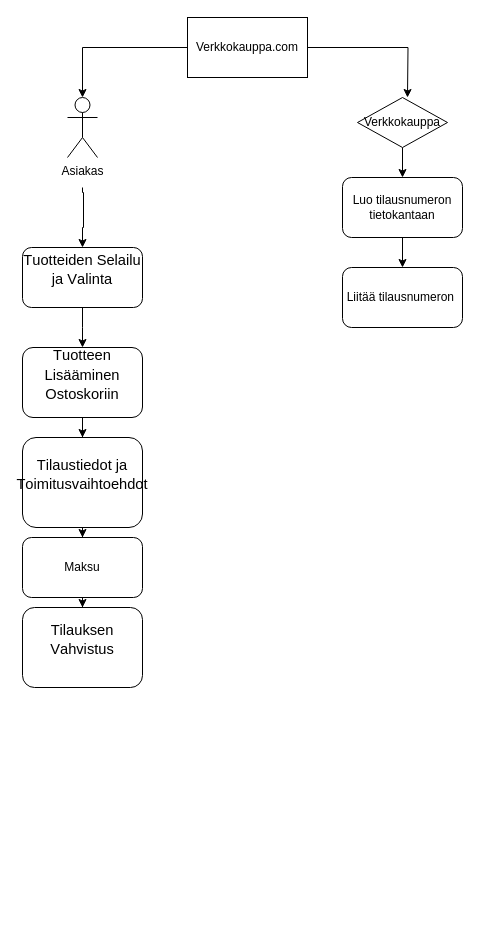
Above: Nimetön kaavio.drawio in jry2014/Kotkantien-maalaus (draw.io), before the change. Source tidied: cells renumbered, new cells numbered last; positions are measured from the earlier drawing's top-left corner, leaving out a move shared by most shapes. Both pictures are drawn from the tidied source at 100%, with x=0, y=0 at pixel (22, 17).
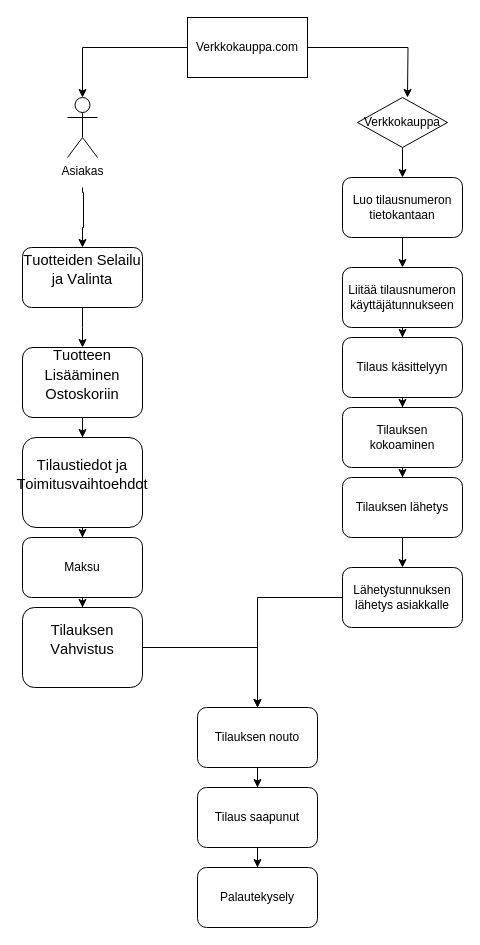
The same page after the edit.

The change refers to these unchanged cells:
```xml
<mxCell id="18" value="&#10;&lt;span style=&quot;accent-color: auto; place-content: normal; place-items: normal; place-self: auto; alignment-baseline: auto; animation: 0s ease 0s 1 normal none running none; animation-composition: replace; app-region: none; appearance: none; aspect-ratio: auto; backdrop-filter: none; backface-visibility: visible; background: none 0% 0% / auto repeat scroll padding-box border-box rgba(0, 0, 0, 0); background-blend-mode: normal; baseline-shift: 0px; baseline-source: auto; border-image: none 100% / 1 / 0 stretch; border-color: rgb(0, 0, 0); border-collapse: separate; border-end-end-radius: 0px; border-end-start-radius: 0px; border-width: 0px; border-style: none; border-spacing: 0px; border-start-end-radius: 0px; border-start-start-radius: 0px; border-radius: 0px; inset: auto; box-shadow: none; box-sizing: content-box; break-after: auto; break-before: auto; break-inside: auto; buffered-rendering: auto; caption-side: top; caret-color: rgb(0, 0, 0); clear: none; clip: auto; clip-path: none; clip-rule: nonzero; color: rgb(0, 0, 0); color-interpolation: srgb; color-interpolation-filters: linearrgb; color-rendering: auto; color-scheme: normal; columns: auto; column-fill: balance; gap: normal; column-rule: 0px rgb(0, 0, 0); column-span: none; contain: none; contain-intrinsic-block-size: none; contain-intrinsic-size: none; contain-intrinsic-inline-size: none; container: none; content: normal; content-visibility: visible; counter-increment: none; counter-reset: none; counter-set: none; cursor: text; cx: 0px; cy: 0px; d: none; direction: ltr; display: inline; dominant-baseline: auto; empty-cells: show; fill: rgb(0, 0, 0); fill-opacity: 1; fill-rule: nonzero; filter: none; flex: 0 1 auto; flex-flow: row; float: none; flood-color: rgb(0, 0, 0); flood-opacity: 1; font-family: WordVisi_MSFontService, Calibri, Calibri_EmbeddedFont, Calibri_MSFontService, sans-serif; font-feature-settings: normal; font-kerning: none; font-optical-sizing: auto; font-palette: normal; font-size: 14.6667px; font-stretch: 100%; font-style: normal; font-synthesis: weight style small-caps; font-variant: no-common-ligatures no-discretionary-ligatures no-historical-ligatures no-contextual; font-variation-settings: normal; font-weight: 400; forced-color-adjust: auto; grid-area: auto / auto / auto / auto; grid: auto-flow auto / none; height: auto; hyphenate-character: auto; hyphenate-limit-chars: auto; hyphens: manual; image-orientation: from-image; image-rendering: auto; initial-letter: normal; inline-size: auto; inset-block: auto; inset-inline: auto; isolation: auto; letter-spacing: normal; lighting-color: rgb(255, 255, 255); line-break: auto; line-height: 19.425px; list-style: outside none disc; margin: 0px; marker: none; mask: none; mask-type: luminance; math-depth: 0; math-shift: normal; math-style: normal; max-height: none; max-width: none; min-height: 0px; min-width: 0px; mix-blend-mode: normal; object-fit: fill; object-position: 50% 50%; object-view-box: none; offset: none 0px auto 0deg; opacity: 1; order: 0; orphans: 2; outline: rgb(0, 0, 0) none 0px; outline-offset: 0px; overflow: visible; overflow-anchor: auto; overflow-clip-margin: 0px; overflow-wrap: break-word; overscroll-behavior-block: auto; overscroll-behavior-inline: auto; overscroll-behavior: auto; padding: 0px; page: auto; paint-order: normal; perspective: none; perspective-origin: 0px 0px; pointer-events: auto; position: static; quotes: auto; r: 0px; resize: none; rotate: none; ruby-position: over; rx: auto; ry: auto; scale: none; scroll-behavior: auto; scroll-margin-block: 0px; scroll-margin: 0px; scroll-margin-inline: 0px; scroll-padding-block: auto; scroll-padding: auto; scroll-padding-inline: auto; scroll-snap-align: none; scroll-snap-stop: normal; scroll-snap-type: none; scroll-timeline: none; scrollbar-gutter: auto; shape-image-threshold: 0; shape-margin: 0px; shape-outside: none; shape-rendering: auto; speak: normal; stop-color: rgb(0, 0, 0); stop-opacity: 1; stroke: none; stroke-dasharray: none; stroke-dashoffset: 0px; stroke-linecap: butt; stroke-linejoin: miter; stroke-miterlimit: 4; stroke-opacity: 1; stroke-width: 1px; tab-size: 8; table-layout: auto; text-align: left; text-align-last: auto; text-anchor: start; text-combine-upright: none; text-decoration: none solid rgb(0, 0, 0); text-decoration-skip-ink: auto; text-emphasis: none rgb(0, 0, 0); text-emphasis-position: over; text-indent: 0px; text-orientation: mixed; text-overflow: clip; text-rendering: auto; text-shadow: none; text-size-adjust: auto; text-transform: none; text-underline-offset: auto; text-underline-position: auto; touch-action: auto; transform: none; transform-box: view-box; transform-origin: 0px 0px; transform-style: flat; transition: all 0s ease 0s; translate: none; unicode-bidi: normal; user-select: text; vector-effect: none; vertical-align: baseline; view-timeline: none; view-timeline-inset: 0px; view-transition-name: none; visibility: visible; border-block-end: 0px none rgb(0, 0, 0); border-block-start: 0px none rgb(0, 0, 0); border-inline-end: 0px none rgb(0, 0, 0); -webkit-border-image: none; border-inline-start: 0px none rgb(0, 0, 0); -webkit-box-align: stretch; -webkit-box-decoration-break: slice; -webkit-box-direction: normal; -webkit-box-flex: 0; -webkit-box-ordinal-group: 1; -webkit-box-orient: horizontal; -webkit-box-pack: start; -webkit-font-smoothing: auto; -webkit-highlight: none; -webkit-line-break: auto; -webkit-locale: &amp;quot;fi-FI&amp;quot;; block-size: auto; margin-block: 0px; margin-inline: 0px; -webkit-mask-box-image-source: none; -webkit-mask-box-image-slice: 0 fill; -webkit-mask-box-image-width: auto; -webkit-mask-box-image-outset: 0; -webkit-mask-box-image-repeat: stretch; -webkit-mask: none 0% 0% / auto repeat border-box border-box; -webkit-mask-composite: source-over; max-block-size: none; max-inline-size: none; min-block-size: 0px; min-inline-size: 0px; padding-block: 0px; padding-inline: 0px; -webkit-print-color-adjust: economy; -webkit-rtl-ordering: logical; -webkit-ruby-position: before; -webkit-tap-highlight-color: rgba(0, 0, 0, 0); -webkit-text-combine: none; -webkit-text-decorations-in-effect: none; -webkit-text-fill-color: rgb(0, 0, 0); -webkit-text-orientation: vertical-right; -webkit-text-security: none; -webkit-text-stroke: 0px rgb(0, 0, 0); -webkit-user-drag: none; -webkit-user-modify: read-only; -webkit-writing-mode: horizontal-tb; widows: 2; width: auto; will-change: auto; word-break: normal; word-spacing: 0px; writing-mode: horizontal-tb; x: 0px; y: 0px; z-index: auto; zoom: 1;&quot; class=&quot;TextRun SCXW154461629 BCX0&quot; lang=&quot;FI-FI&quot; data-contrast=&quot;auto&quot;&gt;&lt;span class=&quot;NormalTextRun SCXW154461629 BCX0&quot;&gt;Tilauksen Vahvistus&lt;/span&gt;&lt;/span&gt;&#10;&#10;" style="rounded=1;whiteSpace=wrap;html=1;" parent="1" vertex="1">
  <mxGeometry y="590" width="120" height="80" as="geometry" />
</mxCell>
```

Diff of the diagram source:
```diff
@@
+    <mxCell id="22" style="edgeStyle=orthogonalEdgeStyle;rounded=0;jettySize=auto;html=1;" parent="1" edge="1" source="18" target="33">
+      <mxGeometry relative="1" as="geometry" />
+    </mxCell>
@@
+    <mxCell id="23" style="edgeStyle=orthogonalEdgeStyle;rounded=0;jettySize=auto;html=1;" parent="1" edge="1" source="21" target="25">
+      <mxGeometry relative="1" as="geometry" />
+    </mxCell>
-    <mxCell id="21" value="Liitää tilausnumeron&amp;nbsp;" style="rounded=1;whiteSpace=wrap;html=1;" parent="1" vertex="1">
+    <mxCell id="21" value="Liitää tilausnumeron käyttäjätunnukseen" style="rounded=1;whiteSpace=wrap;html=1;" parent="1" vertex="1">
       <mxGeometry x="320" y="250" width="120" height="60" as="geometry" />
     </mxCell>
+    <mxCell id="24" style="edgeStyle=orthogonalEdgeStyle;rounded=0;jettySize=auto;html=1;" parent="1" edge="1" source="25" target="27">
+      <mxGeometry relative="1" as="geometry" />
+    </mxCell>
+    <mxCell id="25" value="Tilaus käsittelyyn" style="rounded=1;whiteSpace=wrap;html=1;" parent="1" vertex="1">
+      <mxGeometry x="320" y="320" width="120" height="60" as="geometry" />
+    </mxCell>
+    <mxCell id="26" style="edgeStyle=orthogonalEdgeStyle;rounded=0;jettySize=auto;html=1;" parent="1" edge="1" source="27" target="29">
+      <mxGeometry relative="1" as="geometry" />
+    </mxCell>
+    <mxCell id="27" value="Tilauksen kokoaminen" style="rounded=1;whiteSpace=wrap;html=1;" parent="1" vertex="1">
+      <mxGeometry x="320" y="390" width="120" height="60" as="geometry" />
+    </mxCell>
+    <mxCell id="28" style="edgeStyle=orthogonalEdgeStyle;rounded=0;jettySize=auto;html=1;" parent="1" edge="1" source="29" target="31">
+      <mxGeometry relative="1" as="geometry" />
+    </mxCell>
+    <mxCell id="29" value="Tilauksen lähetys" style="rounded=1;whiteSpace=wrap;html=1;" parent="1" vertex="1">
+      <mxGeometry x="320" y="460" width="120" height="60" as="geometry" />
+    </mxCell>
+    <mxCell id="30" style="edgeStyle=orthogonalEdgeStyle;rounded=0;jettySize=auto;html=1;entryX=0.5;entryY=0;entryDx=0;entryDy=0;" parent="1" edge="1" source="31" target="33">
+      <mxGeometry relative="1" as="geometry" />
+    </mxCell>
+    <mxCell id="31" value="Lähetystunnuksen lähetys asiakkalle" style="rounded=1;whiteSpace=wrap;html=1;" parent="1" vertex="1">
+      <mxGeometry x="320" y="550" width="120" height="60" as="geometry" />
+    </mxCell>
+    <mxCell id="32" style="edgeStyle=orthogonalEdgeStyle;rounded=0;jettySize=auto;html=1;" parent="1" edge="1" source="33" target="35">
+      <mxGeometry relative="1" as="geometry" />
+    </mxCell>
+    <mxCell id="33" value="Tilauksen nouto" style="rounded=1;whiteSpace=wrap;html=1;" parent="1" vertex="1">
+      <mxGeometry x="175" y="690" width="120" height="60" as="geometry" />
+    </mxCell>
+    <mxCell id="34" style="edgeStyle=orthogonalEdgeStyle;rounded=0;jettySize=auto;html=1;" parent="1" edge="1" source="35" target="36">
+      <mxGeometry relative="1" as="geometry" />
+    </mxCell>
+    <mxCell id="35" value="Tilaus saapunut" style="whiteSpace=wrap;html=1;rounded=1;" parent="1" vertex="1">
+      <mxGeometry x="175" y="770" width="120" height="60" as="geometry" />
+    </mxCell>
+    <mxCell id="36" value="Palautekysely" style="rounded=1;whiteSpace=wrap;html=1;" parent="1" vertex="1">
+      <mxGeometry x="175" y="850" width="120" height="60" as="geometry" />
+    </mxCell>
```
